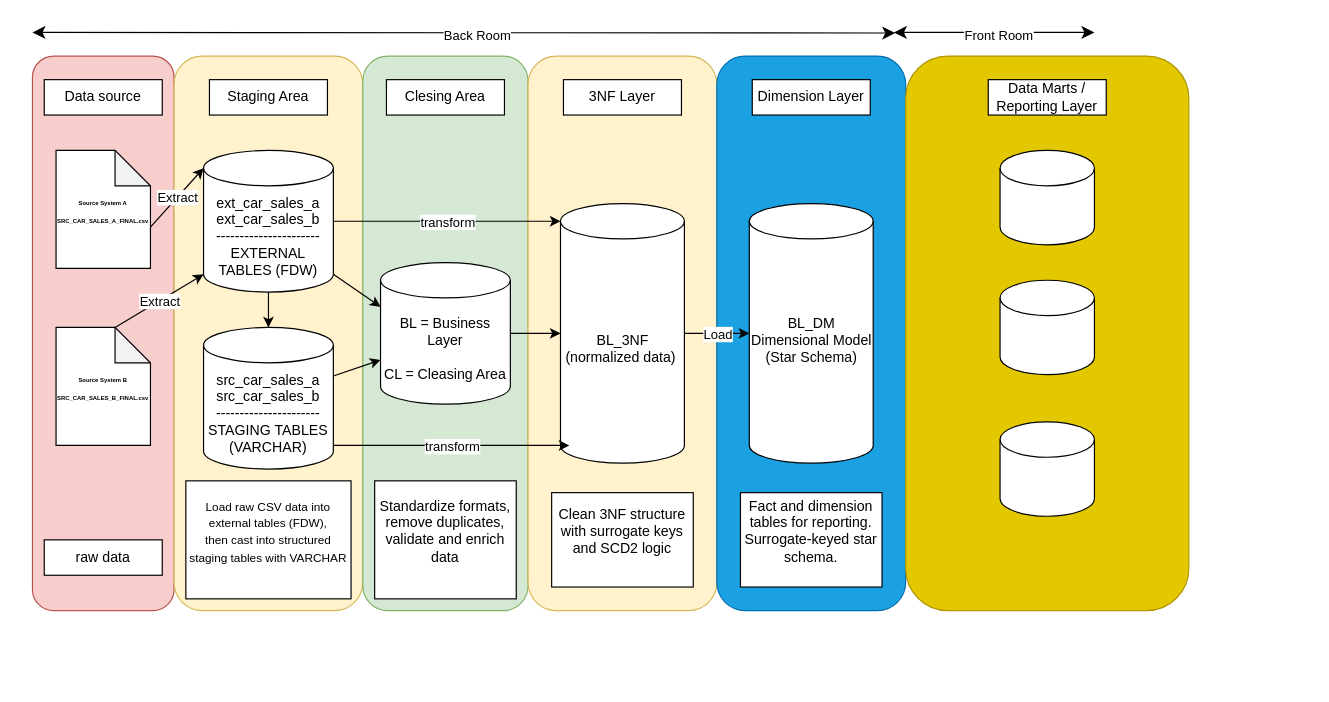
SergejusSG/git-demo1 keeps this draw.io diagram as page "Page-1" (1 of 2) of Untitled Diagram.drawio. Above is the earlier version. Source tidied: cells renumbered, new cells numbered last; positions are measured from the earlier drawing's top-left corner, leaving out a move shared by most shapes. Both pictures are drawn from the tidied source at 118%, with x=0, y=0 at pixel (32, 32).
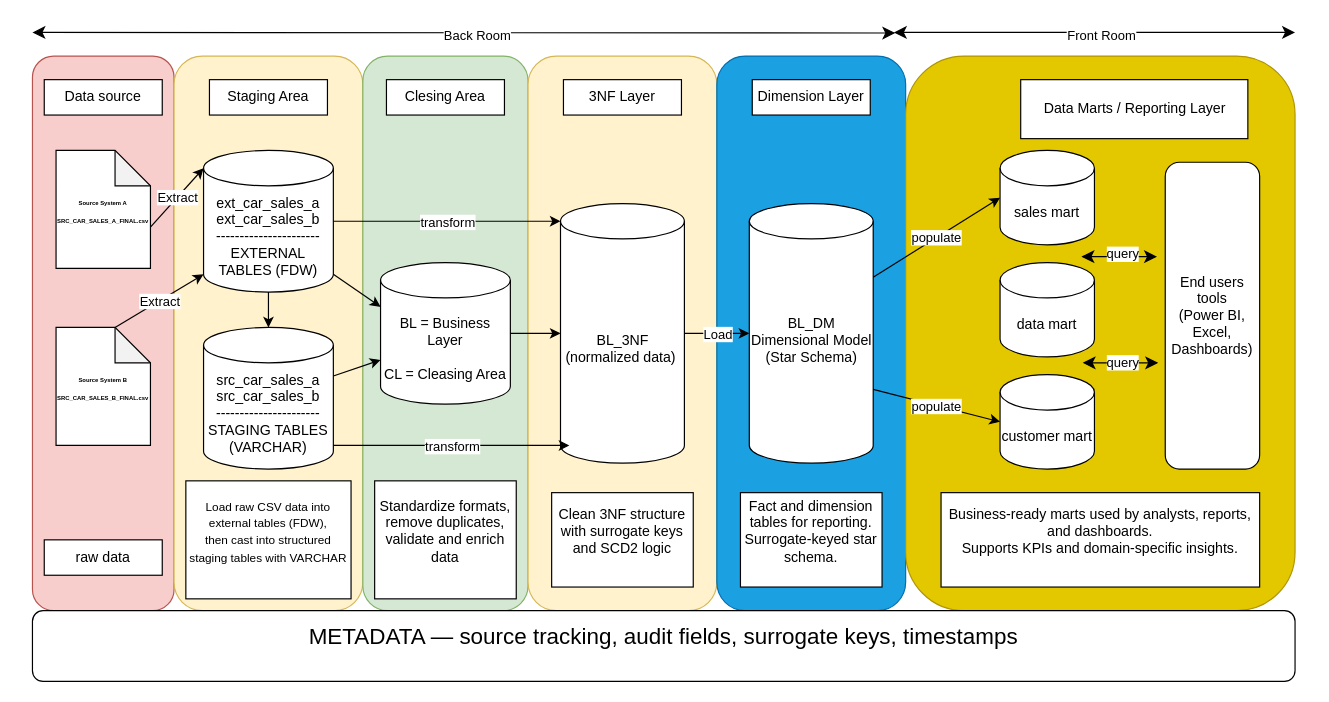
Above is the later version.

The change refers to these unchanged cells:
```xml
<mxCell id="34" value="&lt;div&gt;BL_DM&lt;/div&gt;&lt;div&gt;Dimensional Model (Star Schema)&lt;/div&gt;&lt;div&gt;&lt;br&gt;&lt;/div&gt;" style="shape=cylinder3;whiteSpace=wrap;html=1;boundedLbl=1;backgroundOutline=1;size=15;" parent="1" vertex="1">
  <mxGeometry x="607.5" y="145" width="105" height="220" as="geometry" />
</mxCell>
```

The edit, as a diff of the source:
```diff
@@
     <mxCell id="38" style="rounded=1;whiteSpace=wrap;html=1;fillColor=#e3c800;fontColor=#000000;strokeColor=#B09500;" parent="1" vertex="1">
-      <mxGeometry x="740" y="20" width="240" height="470" as="geometry" />
+      <mxGeometry x="740" y="20" width="330" height="470" as="geometry" />
     </mxCell>
     <mxCell id="39" value="Data Marts / Reporting Layer" style="rounded=0;whiteSpace=wrap;html=1;" parent="1" vertex="1">
-      <mxGeometry x="810" y="40" width="100" height="30" as="geometry" />
+      <mxGeometry x="837.5" y="40" width="192.5" height="50" as="geometry" />
     </mxCell>
@@
     <mxCell id="42" style="edgeStyle=none;orthogonalLoop=1;jettySize=auto;html=1;endArrow=classic;startArrow=classic;endSize=8;startSize=8;rounded=0;" parent="1" edge="1">
       <mxGeometry relative="1" as="geometry">
         <mxPoint x="730" as="sourcePoint" />
-        <mxPoint x="900" as="targetPoint" />
+        <mxPoint x="1070" as="targetPoint" />
       </mxGeometry>
     </mxCell>
@@
-    <mxCell id="44" style="shape=cylinder3;whiteSpace=wrap;html=1;boundedLbl=1;backgroundOutline=1;size=15;" parent="1" vertex="1">
+    <mxCell id="44" value="sales mart" style="shape=cylinder3;whiteSpace=wrap;html=1;boundedLbl=1;backgroundOutline=1;size=15;" parent="1" vertex="1">
       <mxGeometry x="820" y="100" width="80" height="80" as="geometry" />
     </mxCell>
-    <mxCell id="45" style="shape=cylinder3;whiteSpace=wrap;html=1;boundedLbl=1;backgroundOutline=1;size=15;" parent="1" vertex="1">
-      <mxGeometry x="820" y="210" width="80" height="80" as="geometry" />
+    <mxCell id="45" value="data mart" style="shape=cylinder3;whiteSpace=wrap;html=1;boundedLbl=1;backgroundOutline=1;size=15;" parent="1" vertex="1">
+      <mxGeometry x="820" y="195" width="80" height="80" as="geometry" />
     </mxCell>
-    <mxCell id="46" style="shape=cylinder3;whiteSpace=wrap;html=1;boundedLbl=1;backgroundOutline=1;size=15;" parent="1" vertex="1">
-      <mxGeometry x="820" y="330" width="80" height="80" as="geometry" />
+    <mxCell id="46" value="customer mart" style="shape=cylinder3;whiteSpace=wrap;html=1;boundedLbl=1;backgroundOutline=1;size=15;" parent="1" vertex="1">
+      <mxGeometry x="820" y="290" width="80" height="80" as="geometry" />
     </mxCell>
+    <mxCell id="47" value="&lt;div&gt;End users tools&lt;/div&gt;&lt;div&gt;(Power BI, Excel, Dashboards)&lt;br&gt;&lt;/div&gt;" style="rounded=1;whiteSpace=wrap;html=1;" parent="1" vertex="1">
+      <mxGeometry x="960" y="110" width="80" height="260" as="geometry" />
+    </mxCell>
+    <mxCell id="48" value="&lt;div&gt;&lt;div&gt;&lt;div&gt;&lt;div&gt;&lt;div&gt;Business-ready marts used by analysts, reports, and dashboards.&lt;/div&gt;&lt;div&gt;Supports KPIs and domain-specific insights.&lt;/div&gt;&lt;/div&gt;&lt;/div&gt;&lt;/div&gt;&lt;/div&gt;&lt;div&gt;&lt;br&gt;&lt;/div&gt;" style="rounded=0;whiteSpace=wrap;html=1;" parent="1" vertex="1">
+      <mxGeometry x="770" y="390" width="270" height="80" as="geometry" />
+    </mxCell>
+    <mxCell id="49" style="endArrow=classic;html=1;rounded=0;entryX=0;entryY=0.5;entryDx=0;entryDy=0;entryPerimeter=0;exitX=1;exitY=0;exitDx=0;exitDy=62.5;exitPerimeter=0;" parent="1" edge="1" source="34" target="44">
+      <mxGeometry relative="1" as="geometry" />
+    </mxCell>
+    <mxCell id="50" value="populate" style="edgeLabel;html=1;align=center;verticalAlign=middle;" parent="49" vertex="1">
+      <mxGeometry relative="1" as="geometry" />
+    </mxCell>
+    <mxCell id="51" style="edgeStyle=none;orthogonalLoop=1;jettySize=auto;html=1;endArrow=classic;startArrow=classic;endSize=8;startSize=8;rounded=0;" parent="1" edge="1">
+      <mxGeometry relative="1" as="geometry">
+        <mxPoint x="889" y="190" as="sourcePoint" />
+        <mxPoint x="953" y="190" as="targetPoint" />
+      </mxGeometry>
+    </mxCell>
+    <mxCell id="52" value="query" style="edgeLabel;html=1;align=center;verticalAlign=middle;" parent="51" vertex="1">
+      <mxGeometry x="0.06" y="3" relative="1" as="geometry" />
+    </mxCell>
+    <mxCell id="53" style="edgeStyle=none;orthogonalLoop=1;jettySize=auto;html=1;endArrow=classic;startArrow=classic;endSize=8;startSize=8;rounded=0;" parent="1" edge="1">
+      <mxGeometry relative="1" as="geometry">
+        <mxPoint x="890" y="280" as="sourcePoint" />
+        <mxPoint x="954" y="280" as="targetPoint" />
+      </mxGeometry>
+    </mxCell>
+    <mxCell id="54" value="query" style="edgeLabel;html=1;align=center;verticalAlign=middle;" parent="53" vertex="1">
+      <mxGeometry x="0.03" y="1" relative="1" as="geometry" />
+    </mxCell>
+    <mxCell id="55" style="endArrow=classic;html=1;rounded=0;entryX=0;entryY=0.5;entryDx=0;entryDy=0;entryPerimeter=0;exitX=1;exitY=0;exitDx=0;exitDy=157.5;exitPerimeter=0;" parent="1" edge="1" source="34" target="46">
+      <mxGeometry relative="1" as="geometry" />
+    </mxCell>
+    <mxCell id="56" value="populate" style="edgeLabel;html=1;align=center;verticalAlign=middle;" parent="55" vertex="1">
+      <mxGeometry relative="1" as="geometry" />
+    </mxCell>
+    <mxCell id="57" value="&lt;div&gt;&lt;font style=&quot;font-size: 19px;&quot;&gt;METADATA — source tracking, audit fields, surrogate keys, timestamps&lt;/font&gt;&lt;/div&gt;&lt;div&gt;&lt;br&gt;&lt;/div&gt;" style="rounded=1;whiteSpace=wrap;html=1;" parent="1" vertex="1">
+      <mxGeometry y="490" width="1070" height="60" as="geometry" />
+    </mxCell>
```
